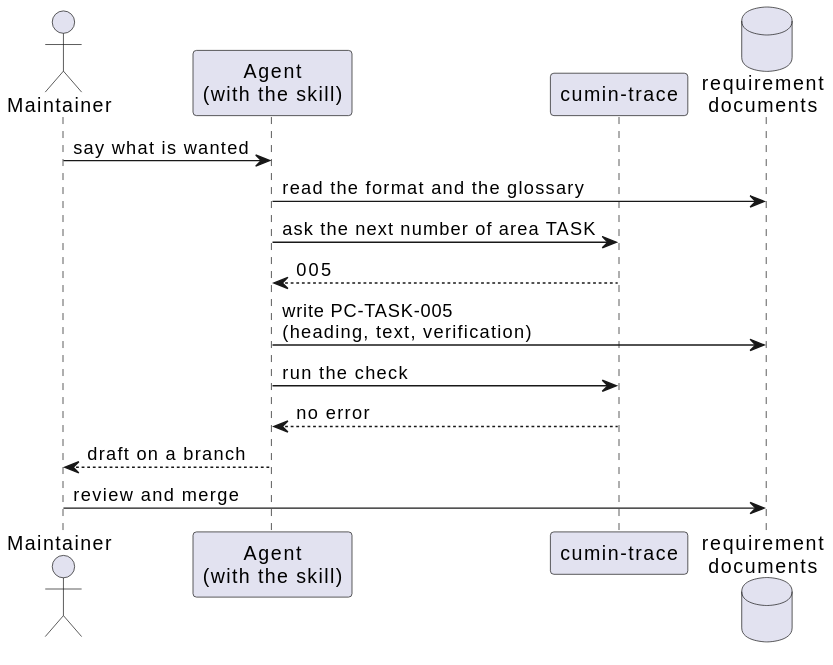
Above: docs/ja/requirements/templates/templates-authoring.svg in cloveclovedev/cumin-trace (PlantUML), before the change. Source of this version:
```plantuml
@startuml
skinparam shadowing false

actor Maintainer
participant "Agent\n(with the skill)" as agent
participant "cumin-trace" as ct
database "requirement\ndocuments" as docs

Maintainer -> agent : say what is wanted
agent -> docs : read the format and the glossary
agent -> ct : ask the next number of area TASK
ct --> agent : 005
agent -> docs : write PC-TASK-005\n(heading, text, verification)
agent -> ct : run the check
ct --> agent : no error
agent --> Maintainer : draft on a branch
Maintainer -> docs : review and merge
@enduml
```
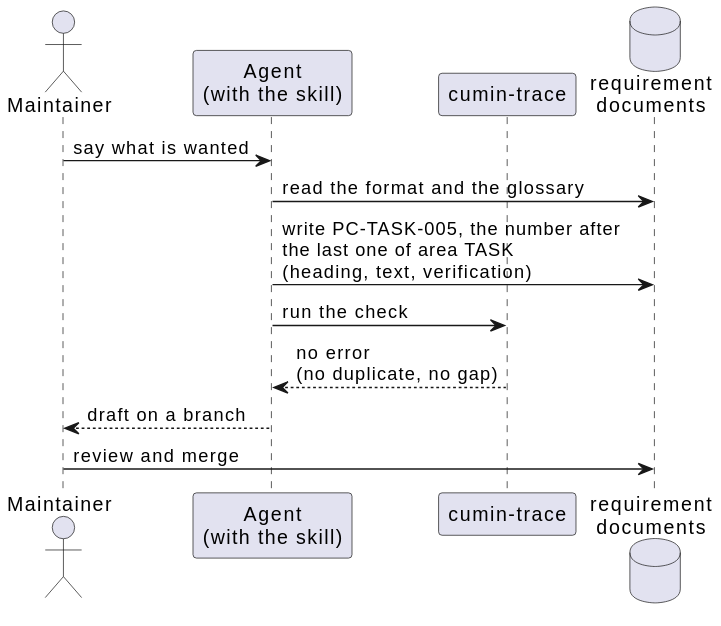
The same diagram one commit later.

Commit message:
docs(requirements): find a gap in the numbers with the check, and remove the next-number requirement (#11)

The edit, as a diff of the source:
```diff
@@ -8,11 +8,9 @@
 
 Maintainer -> agent : say what is wanted
 agent -> docs : read the format and the glossary
-agent -> ct : ask the next number of area TASK
-ct --> agent : 005
-agent -> docs : write PC-TASK-005\n(heading, text, verification)
+agent -> docs : write PC-TASK-005, the number after\nthe last one of area TASK\n(heading, text, verification)
 agent -> ct : run the check
-ct --> agent : no error
+ct --> agent : no error\n(no duplicate, no gap)
 agent --> Maintainer : draft on a branch
 Maintainer -> docs : review and merge
 @enduml
```
